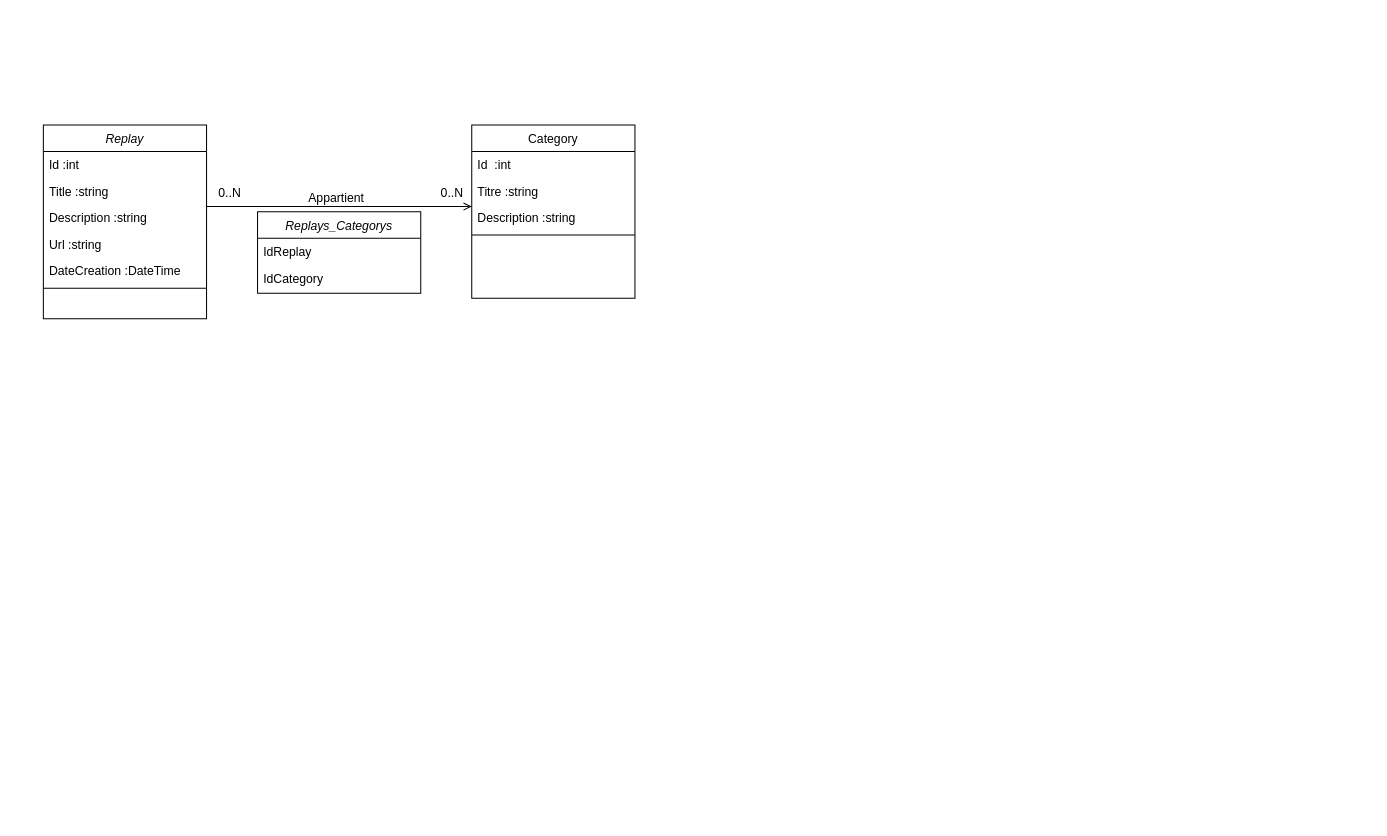
This is page "Page-1" (1 of 2) of STUDIReplays2023/DOCS/Schema APP.drawio from ThomasBDC/STUDIReplays2023, a draw.io file, before an edit. Source tidied: cells renumbered, new cells numbered last; positions are measured from the earlier drawing's top-left corner, leaving out a move shared by most shapes. Both pictures are drawn from the tidied source at 102%, with x=0, y=0 at pixel (43, 124).
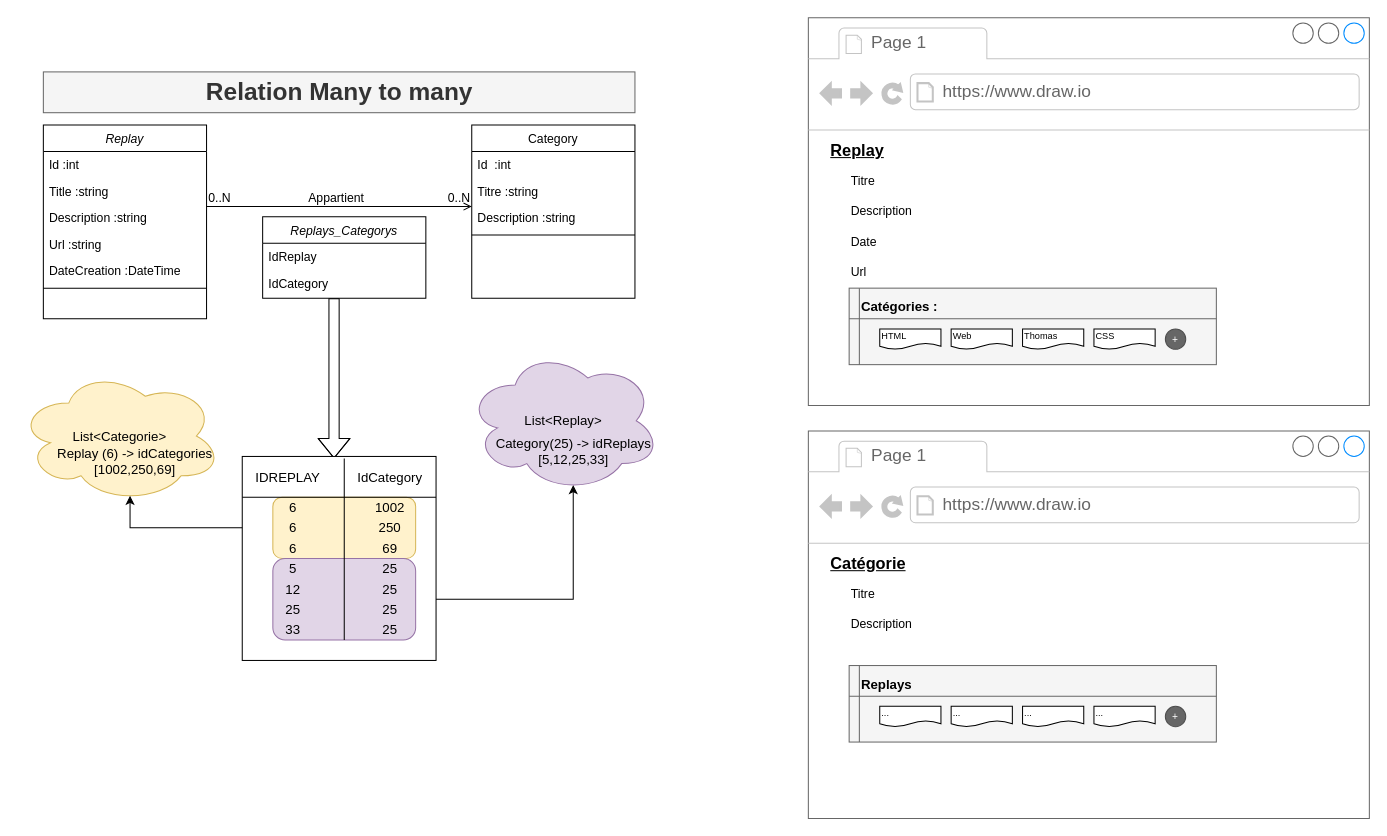
The same diagram, later.

Commit message (it also covers changes not shown here):
Ajout de la liaison many to many + Lazy loading

Unchanged cells that the change refers to:
```xml
<mxCell id="14" style="endArrow=open;shadow=0;strokeWidth=1;rounded=0;endFill=1;edgeStyle=elbowEdgeStyle;elbow=vertical;" parent="1" edge="1">
  <mxGeometry x="0.5" y="41" relative="1" as="geometry">
    <mxPoint x="160" y="80" as="sourcePoint" />
    <mxPoint x="420" y="80" as="targetPoint" />
    <mxPoint x="-40" y="32" as="offset" />
  </mxGeometry>
</mxCell>
```

The edit, as a diff of the source:
```diff
@@
+    <mxCell id="21" style="edgeStyle=orthogonalEdgeStyle;rounded=0;jettySize=auto;html=1;entryX=0.55;entryY=0.95;entryDx=0;entryDy=0;entryPerimeter=0;fontSize=13;" parent="1" edge="1" source="59" target="52">
+      <mxGeometry relative="1" as="geometry" />
+    </mxCell>
@@
     <mxCell id="15" value="0..N" style="align=left;verticalAlign=bottom;labelBackgroundColor=none;fontSize=12;" parent="14" vertex="1">
       <mxGeometry x="-1" relative="1" as="geometry">
-        <mxPoint x="10" y="-5" as="offset" />
+        <mxPoint x="0.1" y="-0.1" as="offset" />
       </mxGeometry>
     </mxCell>
     <mxCell id="16" value="0..N" style="align=right;verticalAlign=bottom;labelBackgroundColor=none;fontSize=12;" parent="14" vertex="1">
       <mxGeometry x="1" relative="1" as="geometry">
-        <mxPoint x="-7" y="-5" as="offset" />
+        <mxPoint y="0.3" as="offset" />
       </mxGeometry>
     </mxCell>
@@
+    <mxCell id="22" style="edgeStyle=orthogonalEdgeStyle;rounded=0;jettySize=auto;html=1;entryX=1;entryY=0;entryDx=0;entryDy=0;fontSize=13;shape=flexArrow;" parent="1" edge="1" target="60">
+      <mxGeometry relative="1" as="geometry">
+        <mxPoint x="285" y="170" as="sourcePoint" />
+        <Array as="points">
+          <mxPoint x="285" y="260" />
+          <mxPoint x="285" y="260" />
+        </Array>
+      </mxGeometry>
+    </mxCell>
     <mxCell id="18" value="Replays_Categorys" style="swimlane;fontStyle=2;align=center;verticalAlign=top;horizontal=1;startSize=26;rounded=0;shadow=0;strokeWidth=1;" parent="1" vertex="1">
-      <mxGeometry x="210" y="85" width="160" height="80" as="geometry" />
+      <mxGeometry x="215" y="90" width="160" height="80" as="geometry" />
     </mxCell>
@@
+    <mxCell id="23" style="strokeWidth=1;shadow=0;dashed=0;align=center;html=1;shape=mxgraph.mockup.containers.browserWindow;rSize=0;strokeColor=#666666;strokeColor2=#008cff;strokeColor3=#c4c4c4;mainText=,;" parent="1" vertex="1">
+      <mxGeometry x="750" y="-105" width="550" height="380" as="geometry" />
+    </mxCell>
+    <mxCell id="24" style="shape=internalStorage;whiteSpace=wrap;html=1;backgroundOutline=1;fontSize=13;align=left;dx=10;dy=30;fillColor=#f5f5f5;strokeColor=#666666;fontColor=#333333;" parent="23" vertex="1">
+      <mxGeometry x="40" y="265" width="360" height="75" as="geometry" />
+    </mxCell>
+    <mxCell id="25" value="Page 1" style="strokeWidth=1;shadow=0;dashed=0;align=center;html=1;shape=mxgraph.mockup.containers.anchor;fontSize=17;fontColor=#666666;align=left;" parent="23" vertex="1">
+      <mxGeometry x="60" y="12" width="110" height="26" as="geometry" />
+    </mxCell>
+    <mxCell id="26" value="https://www.draw.io" style="strokeWidth=1;shadow=0;dashed=0;align=center;html=1;shape=mxgraph.mockup.containers.anchor;rSize=0;fontSize=17;fontColor=#666666;align=left;" parent="23" vertex="1">
+      <mxGeometry x="130" y="60" width="250" height="26" as="geometry" />
+    </mxCell>
+    <mxCell id="27" value="Replay" style="text;html=1;strokeColor=none;fillColor=none;align=left;verticalAlign=middle;whiteSpace=wrap;rounded=0;fontSize=16;fontStyle=5;" parent="23" vertex="1">
+      <mxGeometry x="20" y="120" width="290" height="20" as="geometry" />
+    </mxCell>
+    <mxCell id="28" value="Titre" style="text;html=1;strokeColor=none;fillColor=none;align=left;verticalAlign=middle;whiteSpace=wrap;rounded=0;" parent="23" vertex="1">
+      <mxGeometry x="40" y="150" width="40" height="20" as="geometry" />
+    </mxCell>
+    <mxCell id="29" value="Description" style="text;html=1;strokeColor=none;fillColor=none;align=left;verticalAlign=middle;whiteSpace=wrap;rounded=0;" parent="23" vertex="1">
+      <mxGeometry x="40" y="180" width="140" height="20" as="geometry" />
+    </mxCell>
+    <mxCell id="30" value="Date" style="text;html=1;strokeColor=none;fillColor=none;align=left;verticalAlign=middle;whiteSpace=wrap;rounded=0;" parent="23" vertex="1">
+      <mxGeometry x="40" y="210" width="140" height="20" as="geometry" />
+    </mxCell>
+    <mxCell id="31" value="Url" style="text;html=1;strokeColor=none;fillColor=none;align=left;verticalAlign=middle;whiteSpace=wrap;rounded=0;" parent="23" vertex="1">
+      <mxGeometry x="40" y="240" width="140" height="20" as="geometry" />
+    </mxCell>
+    <mxCell id="32" value="HTML" style="shape=document;whiteSpace=wrap;html=1;boundedLbl=1;fontSize=9;align=left;" parent="23" vertex="1">
+      <mxGeometry x="70" y="305" width="60" height="20" as="geometry" />
+    </mxCell>
+    <mxCell id="33" value="Web" style="shape=document;whiteSpace=wrap;html=1;boundedLbl=1;fontSize=9;align=left;" parent="23" vertex="1">
+      <mxGeometry x="140" y="305" width="60" height="20" as="geometry" />
+    </mxCell>
+    <mxCell id="34" value="Thomas" style="shape=document;whiteSpace=wrap;html=1;boundedLbl=1;fontSize=9;align=left;" parent="23" vertex="1">
+      <mxGeometry x="210" y="305" width="60" height="20" as="geometry" />
+    </mxCell>
+    <mxCell id="35" value="CSS" style="shape=document;whiteSpace=wrap;html=1;boundedLbl=1;fontSize=9;align=left;" parent="23" vertex="1">
+      <mxGeometry x="280" y="305" width="60" height="20" as="geometry" />
+    </mxCell>
+    <mxCell id="36" value="+" style="rounded=1;html=1;shadow=0;dashed=0;whiteSpace=wrap;fontSize=10;fillColor=#666666;align=center;strokeColor=#4D4D4D;fontColor=#ffffff;arcSize=50;" parent="23" vertex="1">
+      <mxGeometry x="350" y="305" width="20" height="20" as="geometry" />
+    </mxCell>
+    <mxCell id="37" value="Catégories :" style="text;html=1;strokeColor=none;fillColor=none;align=left;verticalAlign=middle;whiteSpace=wrap;rounded=0;fontSize=13;fontStyle=1;" parent="23" vertex="1">
+      <mxGeometry x="50" y="265" width="290" height="35" as="geometry" />
+    </mxCell>
+    <mxCell id="38" style="strokeWidth=1;shadow=0;dashed=0;align=center;html=1;shape=mxgraph.mockup.containers.browserWindow;rSize=0;strokeColor=#666666;strokeColor2=#008cff;strokeColor3=#c4c4c4;mainText=,;" parent="1" vertex="1">
+      <mxGeometry x="750" y="300" width="550" height="380" as="geometry" />
+    </mxCell>
+    <mxCell id="39" style="shape=internalStorage;whiteSpace=wrap;html=1;backgroundOutline=1;fontSize=13;align=left;dx=10;dy=30;fillColor=#f5f5f5;strokeColor=#666666;fontColor=#333333;" parent="38" vertex="1">
+      <mxGeometry x="40" y="230" width="360" height="75" as="geometry" />
+    </mxCell>
+    <mxCell id="40" value="Page 1" style="strokeWidth=1;shadow=0;dashed=0;align=center;html=1;shape=mxgraph.mockup.containers.anchor;fontSize=17;fontColor=#666666;align=left;" parent="38" vertex="1">
+      <mxGeometry x="60" y="12" width="110" height="26" as="geometry" />
+    </mxCell>
+    <mxCell id="41" value="https://www.draw.io" style="strokeWidth=1;shadow=0;dashed=0;align=center;html=1;shape=mxgraph.mockup.containers.anchor;rSize=0;fontSize=17;fontColor=#666666;align=left;" parent="38" vertex="1">
+      <mxGeometry x="130" y="60" width="250" height="26" as="geometry" />
+    </mxCell>
+    <mxCell id="42" value="Catégorie" style="text;html=1;strokeColor=none;fillColor=none;align=left;verticalAlign=middle;whiteSpace=wrap;rounded=0;fontSize=16;fontStyle=5;" parent="38" vertex="1">
+      <mxGeometry x="20" y="120" width="290" height="20" as="geometry" />
+    </mxCell>
+    <mxCell id="43" value="Titre" style="text;html=1;strokeColor=none;fillColor=none;align=left;verticalAlign=middle;whiteSpace=wrap;rounded=0;" parent="38" vertex="1">
+      <mxGeometry x="40" y="150" width="40" height="20" as="geometry" />
+    </mxCell>
+    <mxCell id="44" value="Description" style="text;html=1;strokeColor=none;fillColor=none;align=left;verticalAlign=middle;whiteSpace=wrap;rounded=0;" parent="38" vertex="1">
+      <mxGeometry x="40" y="180" width="140" height="20" as="geometry" />
+    </mxCell>
+    <mxCell id="45" value="..." style="shape=document;whiteSpace=wrap;html=1;boundedLbl=1;fontSize=9;align=left;" parent="38" vertex="1">
+      <mxGeometry x="70" y="270" width="60" height="20" as="geometry" />
+    </mxCell>
+    <mxCell id="46" value="..." style="shape=document;whiteSpace=wrap;html=1;boundedLbl=1;fontSize=9;align=left;" parent="38" vertex="1">
+      <mxGeometry x="140" y="270" width="60" height="20" as="geometry" />
+    </mxCell>
+    <mxCell id="47" value="..." style="shape=document;whiteSpace=wrap;html=1;boundedLbl=1;fontSize=9;align=left;" parent="38" vertex="1">
+      <mxGeometry x="210" y="270" width="60" height="20" as="geometry" />
+    </mxCell>
+    <mxCell id="48" value="..." style="shape=document;whiteSpace=wrap;html=1;boundedLbl=1;fontSize=9;align=left;" parent="38" vertex="1">
+      <mxGeometry x="280" y="270" width="60" height="20" as="geometry" />
+    </mxCell>
+    <mxCell id="49" value="+" style="rounded=1;html=1;shadow=0;dashed=0;whiteSpace=wrap;fontSize=10;fillColor=#666666;align=center;strokeColor=#4D4D4D;fontColor=#ffffff;arcSize=50;" parent="38" vertex="1">
+      <mxGeometry x="350" y="270" width="20" height="20" as="geometry" />
+    </mxCell>
+    <mxCell id="50" value="Replays" style="text;html=1;strokeColor=none;fillColor=none;align=left;verticalAlign=middle;whiteSpace=wrap;rounded=0;fontSize=13;fontStyle=1;" parent="38" vertex="1">
+      <mxGeometry x="50" y="230" width="290" height="35" as="geometry" />
+    </mxCell>
+    <mxCell id="51" value="List&amp;lt;Categorie&amp;gt;" style="ellipse;shape=cloud;whiteSpace=wrap;html=1;fontSize=13;align=center;fillColor=#fff2cc;strokeColor=#d6b656;" parent="1" vertex="1">
+      <mxGeometry x="-25" y="240" width="200" height="130" as="geometry" />
+    </mxCell>
+    <mxCell id="52" value="List&amp;lt;Replay&amp;gt;" style="ellipse;shape=cloud;whiteSpace=wrap;html=1;fontSize=13;align=center;fillColor=#e1d5e7;strokeColor=#9673a6;" parent="1" vertex="1">
+      <mxGeometry x="415" y="220" width="190" height="140" as="geometry" />
+    </mxCell>
+    <mxCell id="53" value="Category(25) -&amp;gt; idReplays [5,12,25,33]" style="text;html=1;strokeColor=none;fillColor=none;align=center;verticalAlign=middle;whiteSpace=wrap;rounded=0;fontSize=13;" parent="1" vertex="1">
+      <mxGeometry x="425" y="310" width="190" height="20" as="geometry" />
+    </mxCell>
+    <mxCell id="54" value="Replay (6) -&amp;gt; idCategories [1002,250,69]" style="text;html=1;strokeColor=none;fillColor=none;align=center;verticalAlign=middle;whiteSpace=wrap;rounded=0;fontSize=13;" parent="1" vertex="1">
+      <mxGeometry x="-5" y="320" width="190" height="20" as="geometry" />
+    </mxCell>
+    <mxCell id="55" style="edgeStyle=orthogonalEdgeStyle;rounded=0;jettySize=auto;html=1;entryX=0.55;entryY=0.95;entryDx=0;entryDy=0;entryPerimeter=0;fontSize=13;exitX=0;exitY=0.5;exitDx=0;exitDy=0;" parent="1" edge="1" source="67" target="51">
+      <mxGeometry relative="1" as="geometry">
+        <Array as="points">
+          <mxPoint x="85" y="395" />
+        </Array>
+      </mxGeometry>
+    </mxCell>
+    <mxCell id="56" style="group;" parent="1" vertex="1">
+      <mxGeometry x="195" y="325" width="190" height="200" as="geometry" />
+    </mxCell>
+    <mxCell id="57" style="rounded=0;whiteSpace=wrap;html=1;fontSize=13;align=center;" parent="56" vertex="1">
+      <mxGeometry width="190" height="200" as="geometry" />
+    </mxCell>
+    <mxCell id="58" style="rounded=1;whiteSpace=wrap;html=1;fontSize=13;align=center;fillColor=#fff2cc;strokeColor=#d6b656;" parent="56" vertex="1">
+      <mxGeometry x="30" y="40" width="140" height="60" as="geometry" />
+    </mxCell>
+    <mxCell id="59" style="rounded=1;whiteSpace=wrap;html=1;fontSize=13;align=center;fillColor=#e1d5e7;strokeColor=#9673a6;" parent="56" vertex="1">
+      <mxGeometry x="30" y="100" width="140" height="80" as="geometry" />
+    </mxCell>
+    <mxCell id="60" value="IDREPLAY" style="text;html=1;strokeColor=none;fillColor=none;align=center;verticalAlign=middle;whiteSpace=wrap;rounded=0;fontSize=13;" parent="56" vertex="1">
+      <mxGeometry y="2" width="90" height="38" as="geometry" />
+    </mxCell>
+    <mxCell id="61" value="IdCategory" style="text;html=1;strokeColor=none;fillColor=none;align=center;verticalAlign=middle;whiteSpace=wrap;rounded=0;fontSize=13;" parent="56" vertex="1">
+      <mxGeometry x="100" y="2" width="90" height="38" as="geometry" />
+    </mxCell>
+    <mxCell id="62" style="endArrow=none;html=1;fontSize=13;" parent="56" edge="1">
+      <mxGeometry relative="1" as="geometry">
+        <mxPoint x="100" y="180" as="sourcePoint" />
+        <mxPoint x="100" y="2" as="targetPoint" />
+      </mxGeometry>
+    </mxCell>
+    <mxCell id="63" style="endArrow=none;html=1;fontSize=13;entryX=0;entryY=1;entryDx=0;entryDy=0;exitX=1;exitY=1;exitDx=0;exitDy=0;" parent="56" edge="1" source="61" target="60">
+      <mxGeometry relative="1" as="geometry" />
+    </mxCell>
+    <mxCell id="64" value="6" style="text;html=1;strokeColor=none;fillColor=none;align=center;verticalAlign=middle;whiteSpace=wrap;rounded=0;fontSize=13;" parent="56" vertex="1">
+      <mxGeometry x="30" y="40" width="40" height="20" as="geometry" />
+    </mxCell>
+    <mxCell id="65" value="1002" style="text;html=1;strokeColor=none;fillColor=none;align=center;verticalAlign=middle;whiteSpace=wrap;rounded=0;fontSize=13;" parent="56" vertex="1">
+      <mxGeometry x="125" y="40" width="40" height="20" as="geometry" />
+    </mxCell>
+    <mxCell id="66" value="250" style="text;html=1;strokeColor=none;fillColor=none;align=center;verticalAlign=middle;whiteSpace=wrap;rounded=0;fontSize=13;" parent="56" vertex="1">
+      <mxGeometry x="125" y="60" width="40" height="20" as="geometry" />
+    </mxCell>
+    <mxCell id="67" value="6" style="text;html=1;strokeColor=none;fillColor=none;align=center;verticalAlign=middle;whiteSpace=wrap;rounded=0;fontSize=13;" parent="56" vertex="1">
+      <mxGeometry x="30" y="60" width="40" height="20" as="geometry" />
+    </mxCell>
+    <mxCell id="68" value="69" style="text;html=1;strokeColor=none;fillColor=none;align=center;verticalAlign=middle;whiteSpace=wrap;rounded=0;fontSize=13;" parent="56" vertex="1">
+      <mxGeometry x="125" y="80" width="40" height="20" as="geometry" />
+    </mxCell>
+    <mxCell id="69" value="6" style="text;html=1;strokeColor=none;fillColor=none;align=center;verticalAlign=middle;whiteSpace=wrap;rounded=0;fontSize=13;" parent="56" vertex="1">
+      <mxGeometry x="30" y="80" width="40" height="20" as="geometry" />
+    </mxCell>
+    <mxCell id="70" value="25" style="text;html=1;strokeColor=none;fillColor=none;align=center;verticalAlign=middle;whiteSpace=wrap;rounded=0;fontSize=13;" parent="56" vertex="1">
+      <mxGeometry x="125" y="100" width="40" height="20" as="geometry" />
+    </mxCell>
+    <mxCell id="71" value="5" style="text;html=1;strokeColor=none;fillColor=none;align=center;verticalAlign=middle;whiteSpace=wrap;rounded=0;fontSize=13;" parent="56" vertex="1">
+      <mxGeometry x="30" y="100" width="40" height="20" as="geometry" />
+    </mxCell>
+    <mxCell id="72" value="25" style="text;html=1;strokeColor=none;fillColor=none;align=center;verticalAlign=middle;whiteSpace=wrap;rounded=0;fontSize=13;" parent="56" vertex="1">
+      <mxGeometry x="125" y="120" width="40" height="20" as="geometry" />
+    </mxCell>
+    <mxCell id="73" value="12" style="text;html=1;strokeColor=none;fillColor=none;align=center;verticalAlign=middle;whiteSpace=wrap;rounded=0;fontSize=13;" parent="56" vertex="1">
+      <mxGeometry x="30" y="120" width="40" height="20" as="geometry" />
+    </mxCell>
+    <mxCell id="74" value="25" style="text;html=1;strokeColor=none;fillColor=none;align=center;verticalAlign=middle;whiteSpace=wrap;rounded=0;fontSize=13;" parent="56" vertex="1">
+      <mxGeometry x="125" y="140" width="40" height="20" as="geometry" />
+    </mxCell>
+    <mxCell id="75" value="25" style="text;html=1;strokeColor=none;fillColor=none;align=center;verticalAlign=middle;whiteSpace=wrap;rounded=0;fontSize=13;" parent="56" vertex="1">
+      <mxGeometry x="30" y="140" width="40" height="20" as="geometry" />
+    </mxCell>
+    <mxCell id="76" value="25" style="text;html=1;strokeColor=none;fillColor=none;align=center;verticalAlign=middle;whiteSpace=wrap;rounded=0;fontSize=13;" parent="56" vertex="1">
+      <mxGeometry x="125" y="160" width="40" height="20" as="geometry" />
+    </mxCell>
+    <mxCell id="77" value="33" style="text;html=1;strokeColor=none;fillColor=none;align=center;verticalAlign=middle;whiteSpace=wrap;rounded=0;fontSize=13;" parent="56" vertex="1">
+      <mxGeometry x="30" y="160" width="40" height="20" as="geometry" />
+    </mxCell>
+    <mxCell id="78" value="Relation Many to many" style="text;strokeColor=#666666;fillColor=#f5f5f5;html=1;fontSize=24;fontStyle=1;verticalAlign=middle;align=center;fontColor=#333333;" parent="1" vertex="1">
+      <mxGeometry y="-52" width="580" height="40" as="geometry" />
+    </mxCell>
```
